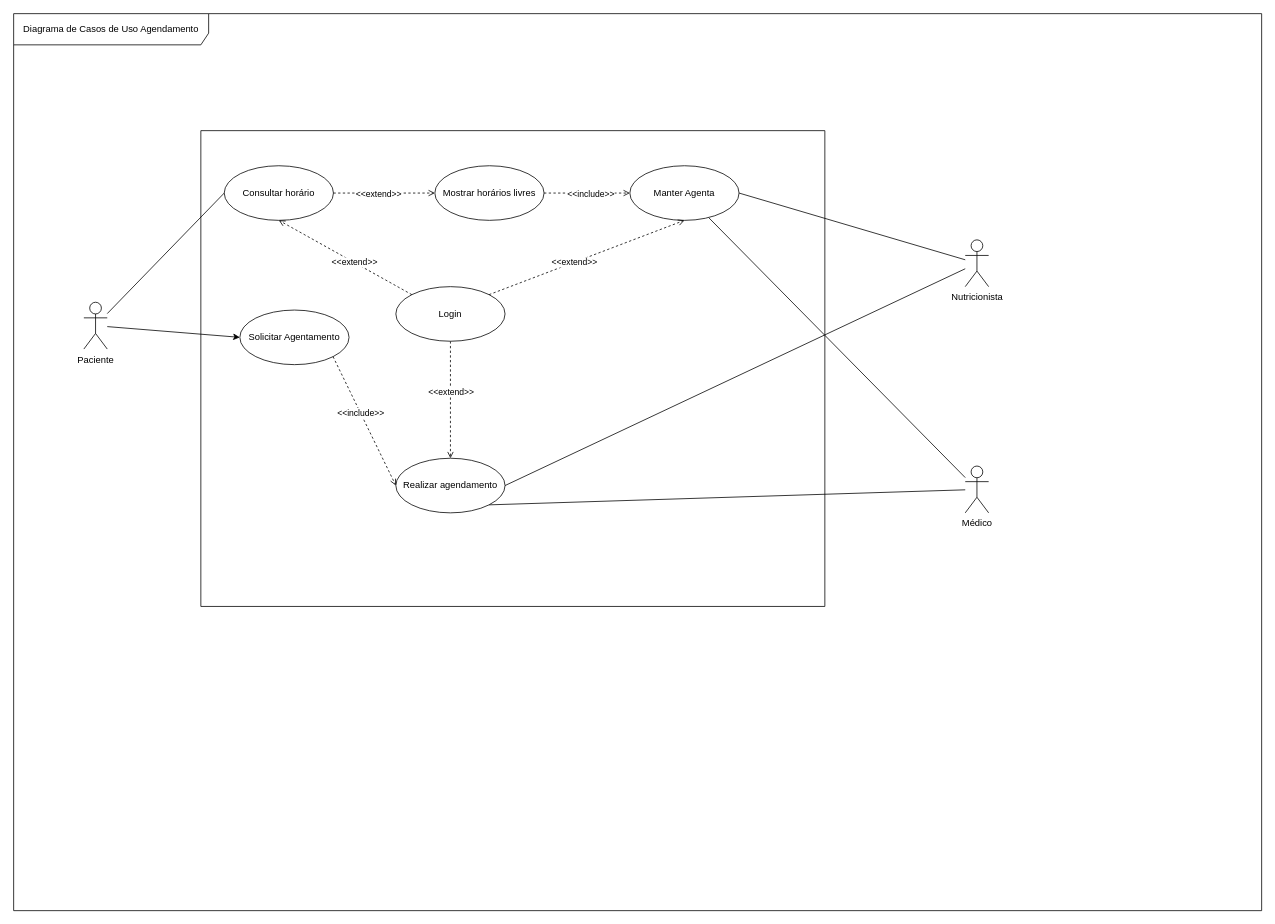
Before: diagrama_de_casos_de_uso_3.drawio in ProjetoDelimeterSite/DelimeterDocumantacao, a draw.io diagram. Source tidied: cells renumbered, new cells numbered last; positions are measured from the earlier drawing's top-left corner, leaving out a move shared by most shapes. Both pictures are drawn from the tidied source at 78%, with x=0, y=0 at pixel (13, 13).
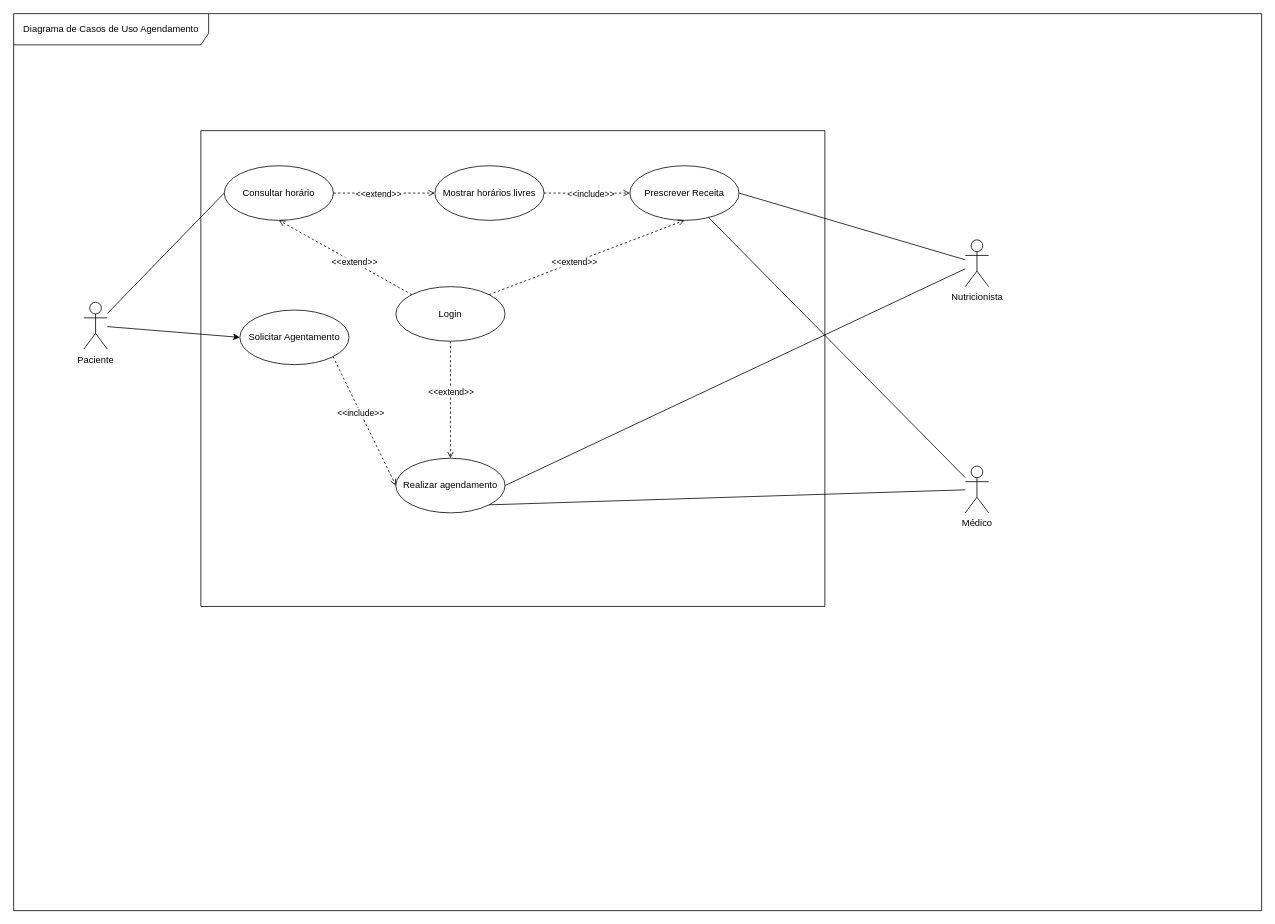
After the change.

Commit message:
feat: Atualizar ação "Manter Agenta" para "Prescrever Receita" no diagrama de casos de uso

The change refers to these unchanged cells:
```xml
<mxCell id="12" style="swimlane;startSize=0;" parent="1" vertex="1">
  <mxGeometry x="240" y="150" width="800" height="610" as="geometry" />
</mxCell>
```

Change to the diagram source:
```diff
@@
-    <mxCell id="16" value="Manter Agenta" style="ellipse;whiteSpace=wrap;html=1;" parent="12" vertex="1">
+    <mxCell id="16" value="Prescrever Receita" style="ellipse;whiteSpace=wrap;html=1;" parent="12" vertex="1">
       <mxGeometry x="550" y="45" width="140" height="70" as="geometry" />
     </mxCell>
```
